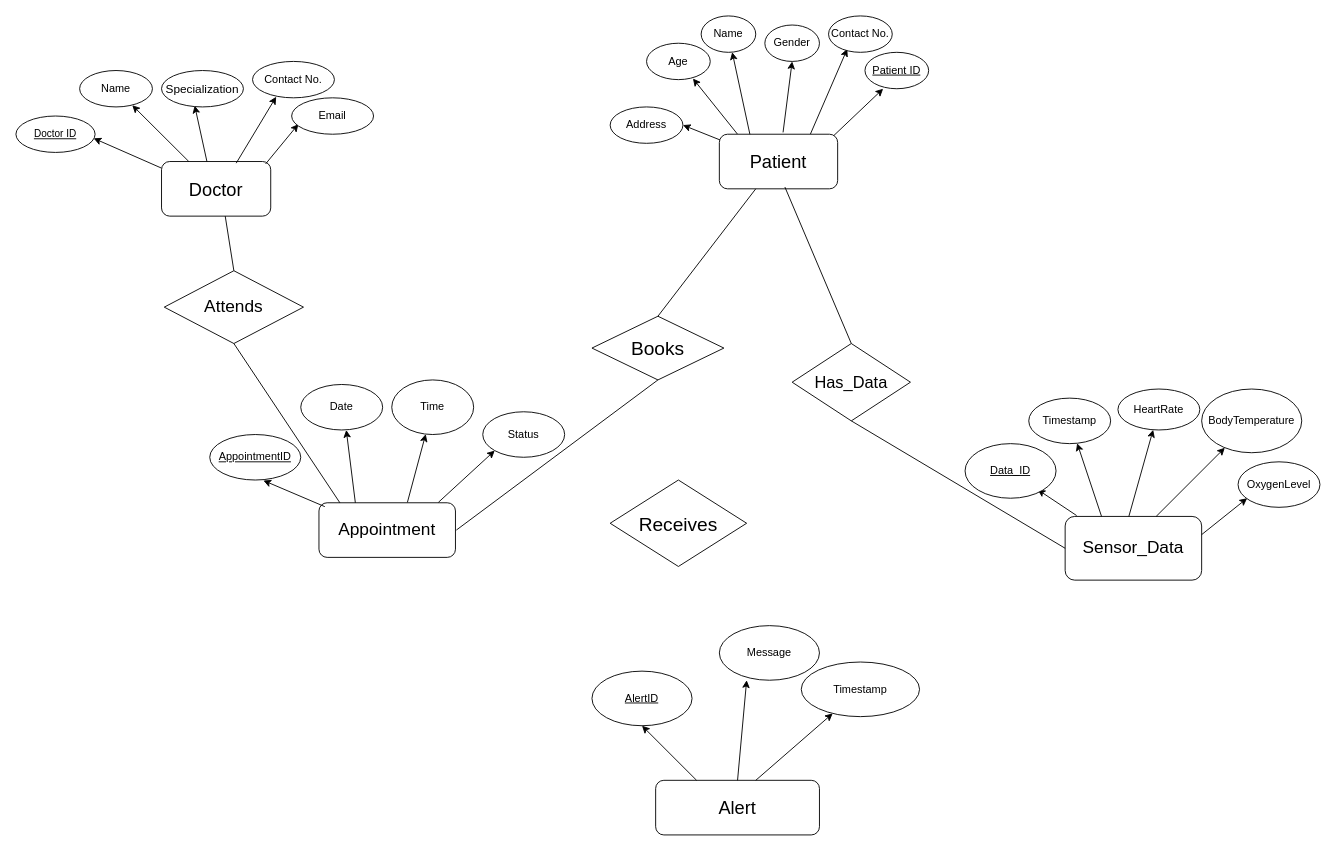
The draw.io diagram Untitled Diagram.drawio in yash280905/Android_Simple_Calculator, before the edit. Source tidied: cells renumbered, new cells numbered last; positions are measured from the earlier drawing's top-left corner, leaving out a move shared by most shapes. Both pictures are drawn from the tidied source at 91%, with x=0, y=0 at pixel (15, 15).
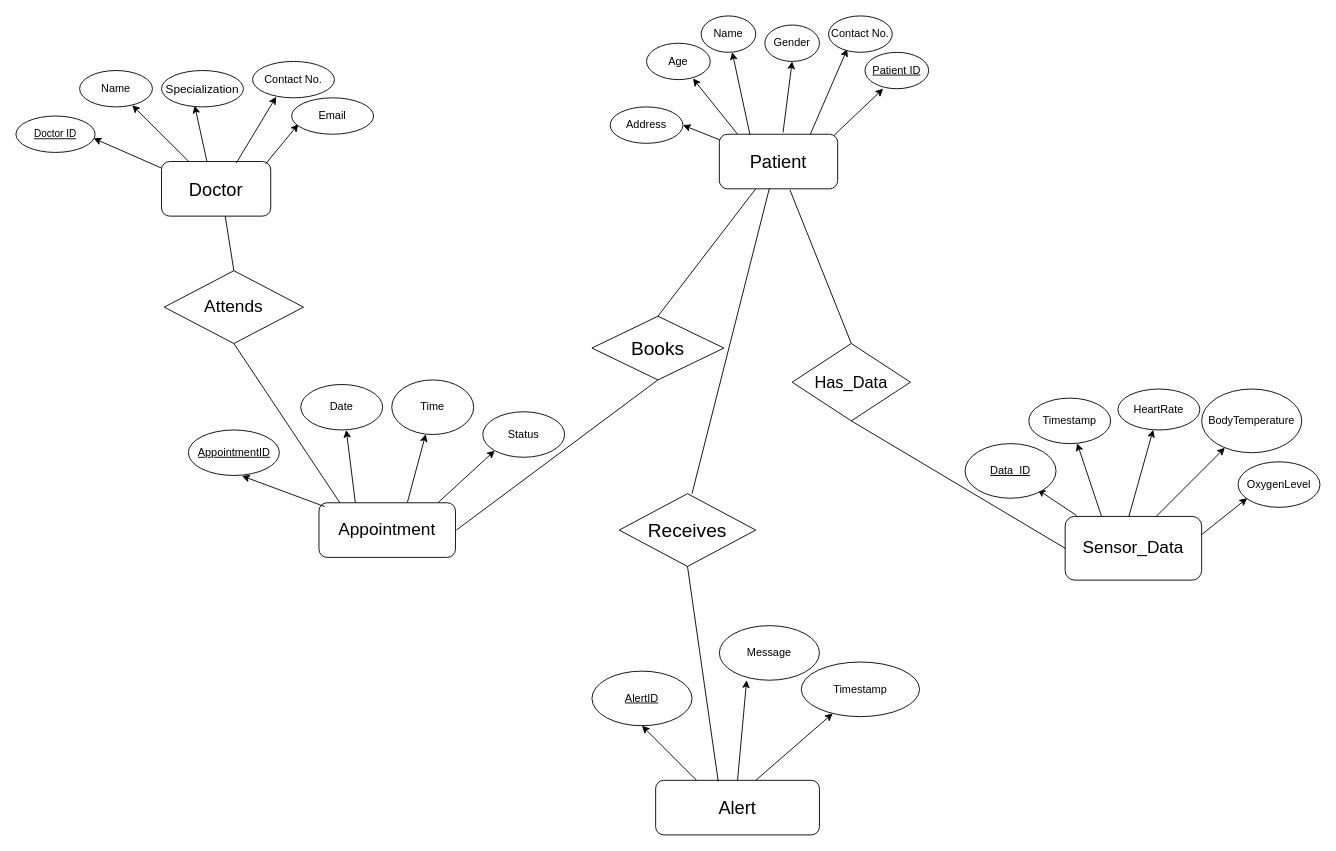
Above is the later version.

The change refers to these unchanged cells:
```xml
<mxCell id="15" value="&lt;font style=&quot;font-size: 20px;&quot;&gt;Patient&lt;/font&gt;" style="rounded=1;whiteSpace=wrap;html=1;" parent="1" vertex="1">
  <mxGeometry x="773" y="130" width="130" height="60" as="geometry" />
</mxCell>
<mxCell id="47" value="&lt;font style=&quot;font-size: 20px;&quot;&gt;Alert&lt;/font&gt;" style="rounded=1;whiteSpace=wrap;html=1;" parent="1" vertex="1">
  <mxGeometry x="703" y="840" width="180" height="60" as="geometry" />
</mxCell>
<mxCell id="54" value="&lt;font style=&quot;font-size: 18px;&quot;&gt;Has_Data&lt;/font&gt;" style="rhombus;whiteSpace=wrap;html=1;" parent="1" vertex="1">
  <mxGeometry x="853" y="360" width="130" height="85" as="geometry" />
</mxCell>
```

What changed in the source:
```diff
@@
     <mxCell id="40" value="&lt;u&gt;AppointmentID&lt;/u&gt;" style="ellipse;whiteSpace=wrap;html=1;" parent="1" vertex="1">
-      <mxGeometry x="213" y="460" width="100" height="50" as="geometry" />
+      <mxGeometry x="189.5" y="455" width="100" height="50" as="geometry" />
     </mxCell>
@@
-    <mxCell id="55" style="endArrow=none;html=1;rounded=0;exitX=0.5;exitY=0;exitDx=0;exitDy=0;entryX=0.554;entryY=0.967;entryDx=0;entryDy=0;entryPerimeter=0;" parent="1" edge="1" source="54" target="15">
+    <mxCell id="55" style="endArrow=none;html=1;rounded=0;exitX=0.5;exitY=0;exitDx=0;exitDy=0;entryX=0.597;entryY=1.022;entryDx=0;entryDy=0;entryPerimeter=0;" parent="1" edge="1" source="54" target="15">
       <mxGeometry relative="1" as="geometry" />
     </mxCell>
@@
     <mxCell id="63" value="&lt;font style=&quot;font-size: 21px;&quot;&gt;Receives&lt;/font&gt;" style="rhombus;whiteSpace=wrap;html=1;" parent="1" vertex="1">
-      <mxGeometry x="653" y="510" width="150" height="95" as="geometry" />
+      <mxGeometry x="663" y="525" width="150" height="80" as="geometry" />
     </mxCell>
+    <mxCell id="64" style="endArrow=none;html=1;rounded=0;exitX=0.533;exitY=0;exitDx=0;exitDy=0;exitPerimeter=0;entryX=0.423;entryY=0.989;entryDx=0;entryDy=0;entryPerimeter=0;" parent="1" edge="1" source="63" target="15">
+      <mxGeometry relative="1" as="geometry" />
+    </mxCell>
+    <mxCell id="65" style="endArrow=none;html=1;rounded=0;entryX=0.5;entryY=1;entryDx=0;entryDy=0;exitX=0.382;exitY=0.019;exitDx=0;exitDy=0;exitPerimeter=0;" parent="1" edge="1" source="47" target="63">
+      <mxGeometry relative="1" as="geometry" />
+    </mxCell>
```
